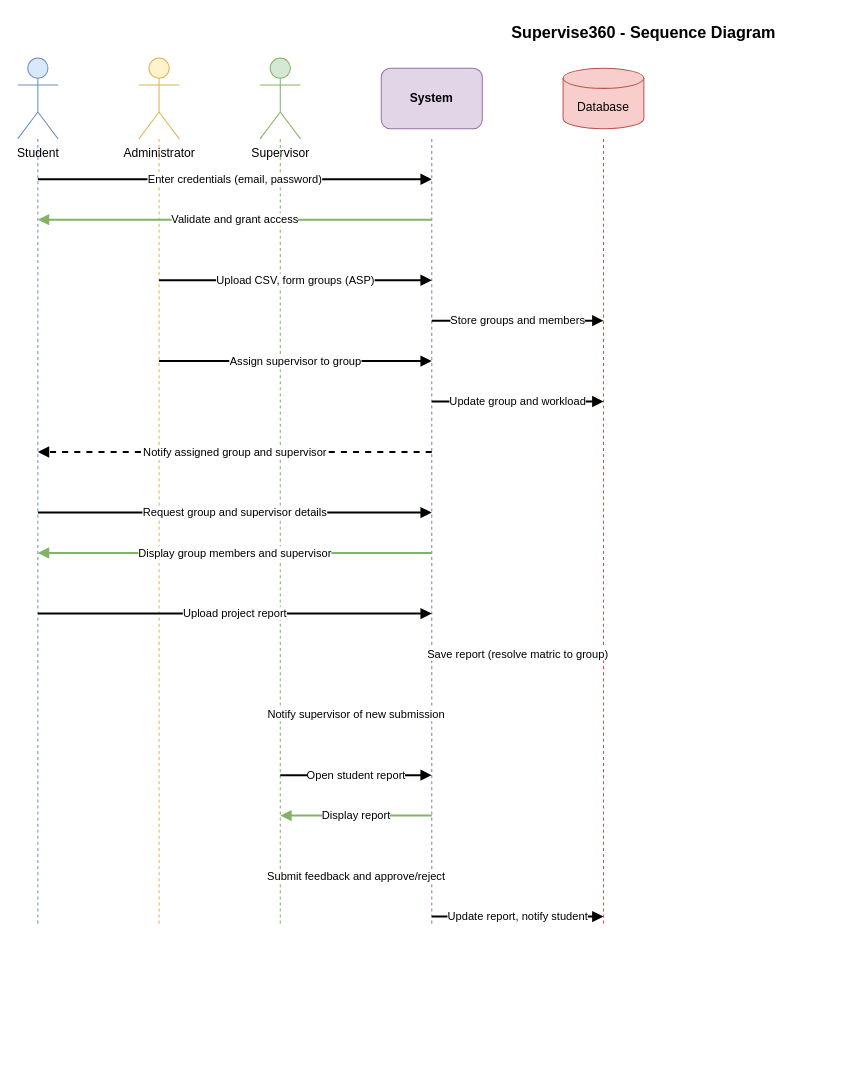
Earlier version of the draw.io diagram diagrams/03-sequence-diagram.drawio (Chidera584/supervise360). Source tidied: cells renumbered, new cells numbered last; positions are measured from the earlier drawing's top-left corner, leaving out a move shared by most shapes. Both pictures are drawn from the tidied source at 101%, with x=0, y=0 at pixel (17, 17).
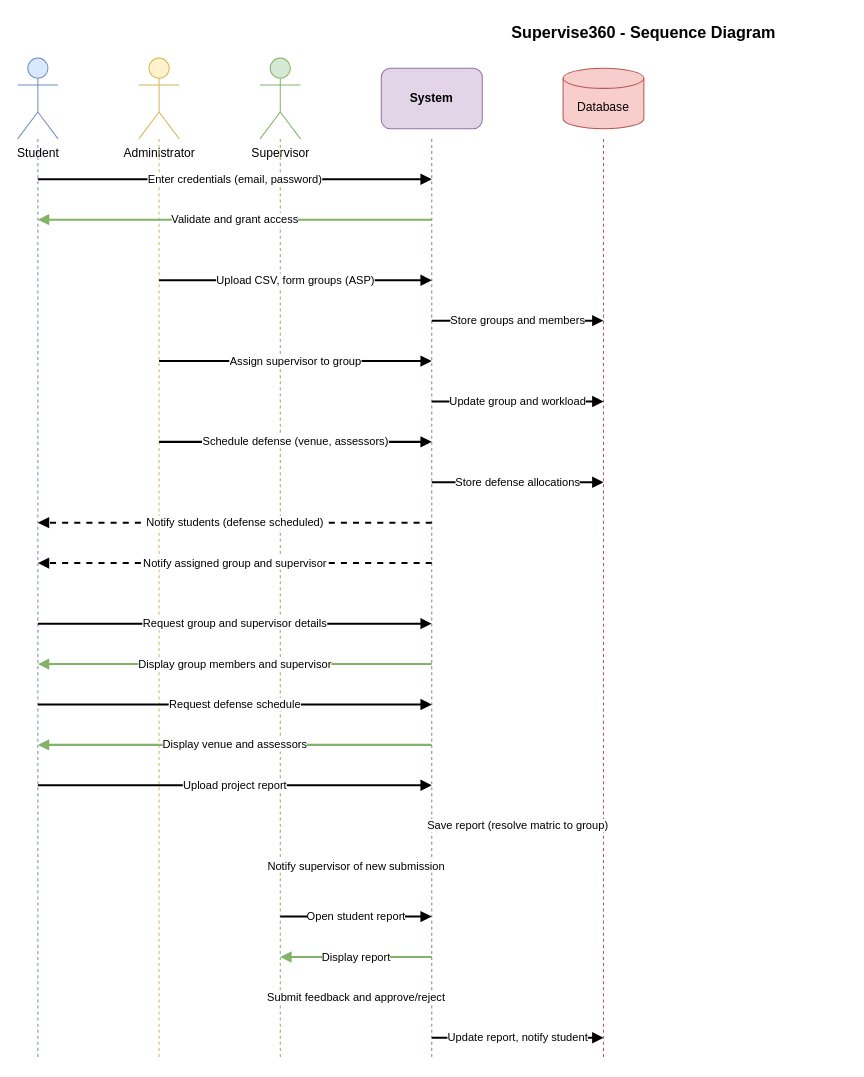
After the change.

Commit message:
Add defense scheduling flow to sequence diagram: admin schedules, student requests, system displays

Made-with: Cursor

Diff of the diagram source:
```diff
@@
     <mxCell id="7" style="endArrow=none;dashed=1;html=1;strokeWidth=1;strokeColor=#6c8ebf;" parent="1" edge="1">
       <mxGeometry relative="1" as="geometry">
         <mxPoint x="20" y="120" as="sourcePoint" />
-        <mxPoint x="20" y="900" as="targetPoint" />
+        <mxPoint x="20" y="1030" as="targetPoint" />
       </mxGeometry>
     </mxCell>
     <mxCell id="8" style="endArrow=none;dashed=1;html=1;strokeWidth=1;strokeColor=#d6b656;" parent="1" edge="1">
       <mxGeometry relative="1" as="geometry">
         <mxPoint x="140" y="120" as="sourcePoint" />
-        <mxPoint x="140" y="900" as="targetPoint" />
+        <mxPoint x="140" y="1030" as="targetPoint" />
       </mxGeometry>
     </mxCell>
     <mxCell id="9" style="endArrow=none;dashed=1;html=1;strokeWidth=1;strokeColor=#82b366;" parent="1" edge="1">
       <mxGeometry relative="1" as="geometry">
         <mxPoint x="260" y="120" as="sourcePoint" />
-        <mxPoint x="260" y="900" as="targetPoint" />
+        <mxPoint x="260" y="1030" as="targetPoint" />
       </mxGeometry>
     </mxCell>
     <mxCell id="10" style="endArrow=none;dashed=1;html=1;strokeWidth=1;strokeColor=#9673a6;" parent="1" edge="1">
       <mxGeometry relative="1" as="geometry">
         <mxPoint x="410" y="120" as="sourcePoint" />
-        <mxPoint x="410" y="900" as="targetPoint" />
+        <mxPoint x="410" y="1030" as="targetPoint" />
       </mxGeometry>
     </mxCell>
     <mxCell id="11" style="endArrow=none;dashed=1;html=1;strokeWidth=1;strokeColor=#b85450;" parent="1" edge="1">
       <mxGeometry relative="1" as="geometry">
         <mxPoint x="580" y="120" as="sourcePoint" />
-        <mxPoint x="580" y="900" as="targetPoint" />
+        <mxPoint x="580" y="1030" as="targetPoint" />
       </mxGeometry>
     </mxCell>
@@
+    <mxCell id="29" value="Schedule defense (venue, assessors)" style="endArrow=block;html=1;rounded=0;strokeWidth=2;" parent="1" edge="1">
+      <mxGeometry relative="1" as="geometry">
+        <mxPoint x="140" y="420" as="sourcePoint" />
+        <mxPoint x="410" y="420" as="targetPoint" />
+      </mxGeometry>
+    </mxCell>
+    <mxCell id="30" value="Store defense allocations" style="endArrow=block;html=1;rounded=0;strokeWidth=2;" parent="1" edge="1">
+      <mxGeometry relative="1" as="geometry">
+        <mxPoint x="410" y="460" as="sourcePoint" />
+        <mxPoint x="580" y="460" as="targetPoint" />
+      </mxGeometry>
+    </mxCell>
+    <mxCell id="31" value="Notify students (defense scheduled)" style="endArrow=block;html=1;rounded=0;strokeWidth=2;dashed=1;" parent="1" edge="1">
+      <mxGeometry relative="1" as="geometry">
+        <mxPoint x="410" y="500" as="sourcePoint" />
+        <mxPoint x="20" y="500" as="targetPoint" />
+      </mxGeometry>
+    </mxCell>
     <mxCell id="18" value="Notify assigned group and supervisor" style="endArrow=block;html=1;rounded=0;strokeWidth=2;dashed=1;" parent="1" edge="1">
       <mxGeometry relative="1" as="geometry">
-        <mxPoint x="410" y="430" as="sourcePoint" />
-        <mxPoint x="20" y="430" as="targetPoint" />
+        <mxPoint x="410" y="540" as="sourcePoint" />
+        <mxPoint x="20" y="540" as="targetPoint" />
       </mxGeometry>
     </mxCell>
     <mxCell id="19" value="Request group and supervisor details" style="endArrow=block;html=1;rounded=0;strokeWidth=2;" parent="1" edge="1">
       <mxGeometry relative="1" as="geometry">
-        <mxPoint x="20" y="490" as="sourcePoint" />
-        <mxPoint x="410" y="490" as="targetPoint" />
+        <mxPoint x="20" y="600" as="sourcePoint" />
+        <mxPoint x="410" y="600" as="targetPoint" />
       </mxGeometry>
     </mxCell>
     <mxCell id="20" value="Display group members and supervisor" style="endArrow=block;html=1;rounded=0;strokeWidth=2;strokeColor=#82b366;" parent="1" edge="1">
       <mxGeometry relative="1" as="geometry">
-        <mxPoint x="410" y="530" as="sourcePoint" />
-        <mxPoint x="20" y="530" as="targetPoint" />
+        <mxPoint x="410" y="640" as="sourcePoint" />
+        <mxPoint x="20" y="640" as="targetPoint" />
       </mxGeometry>
     </mxCell>
+    <mxCell id="32" value="Request defense schedule" style="endArrow=block;html=1;rounded=0;strokeWidth=2;" parent="1" edge="1">
+      <mxGeometry relative="1" as="geometry">
+        <mxPoint x="20" y="680" as="sourcePoint" />
+        <mxPoint x="410" y="680" as="targetPoint" />
+      </mxGeometry>
+    </mxCell>
+    <mxCell id="33" value="Display venue and assessors" style="endArrow=block;html=1;rounded=0;strokeWidth=2;strokeColor=#82b366;" parent="1" edge="1">
+      <mxGeometry relative="1" as="geometry">
+        <mxPoint x="410" y="720" as="sourcePoint" />
+        <mxPoint x="20" y="720" as="targetPoint" />
+      </mxGeometry>
+    </mxCell>
     <mxCell id="21" value="Upload project report" style="endArrow=block;html=1;rounded=0;strokeWidth=2;" parent="1" edge="1">
       <mxGeometry relative="1" as="geometry">
-        <mxPoint x="20" y="590" as="sourcePoint" />
-        <mxPoint x="410" y="590" as="targetPoint" />
+        <mxPoint x="20" y="760" as="sourcePoint" />
+        <mxPoint x="410" y="760" as="targetPoint" />
       </mxGeometry>
     </mxCell>
     <mxCell id="22" value="Save report (resolve matric to group)" style="endArrow=block;html=1;rounded=0;strokeWidth=2;" parent="1" edge="1">
       <mxGeometry relative="1" as="geometry">
-        <mxPoint x="410" y="630" as="sourcePoint" />
-        <mxPoint x="580" y="630" as="targetPoint" />
+        <mxPoint x="410" y="800" as="sourcePoint" />
+        <mxPoint x="580" y="800" as="targetPoint" />
       </mxGeometry>
     </mxCell>
     <mxCell id="23" value="Notify supervisor of new submission" style="endArrow=block;html=1;rounded=0;strokeWidth=2;dashed=1;" parent="1" edge="1">
       <mxGeometry relative="1" as="geometry">
-        <mxPoint x="410" y="690" as="sourcePoint" />
-        <mxPoint x="260" y="690" as="targetPoint" />
+        <mxPoint x="410" y="840" as="sourcePoint" />
+        <mxPoint x="260" y="840" as="targetPoint" />
       </mxGeometry>
     </mxCell>
     <mxCell id="24" value="Open student report" style="endArrow=block;html=1;rounded=0;strokeWidth=2;" parent="1" edge="1">
       <mxGeometry relative="1" as="geometry">
-        <mxPoint x="260" y="750" as="sourcePoint" />
-        <mxPoint x="410" y="750" as="targetPoint" />
+        <mxPoint x="260" y="890" as="sourcePoint" />
+        <mxPoint x="410" y="890" as="targetPoint" />
       </mxGeometry>
     </mxCell>
     <mxCell id="25" value="Display report" style="endArrow=block;html=1;rounded=0;strokeWidth=2;strokeColor=#82b366;" parent="1" edge="1">
       <mxGeometry relative="1" as="geometry">
-        <mxPoint x="410" y="790" as="sourcePoint" />
-        <mxPoint x="260" y="790" as="targetPoint" />
+        <mxPoint x="410" y="930" as="sourcePoint" />
+        <mxPoint x="260" y="930" as="targetPoint" />
       </mxGeometry>
     </mxCell>
     <mxCell id="26" value="Submit feedback and approve/reject" style="endArrow=block;html=1;rounded=0;strokeWidth=2;" parent="1" edge="1">
       <mxGeometry relative="1" as="geometry">
-        <mxPoint x="260" y="850" as="sourcePoint" />
-        <mxPoint x="410" y="850" as="targetPoint" />
+        <mxPoint x="260" y="970" as="sourcePoint" />
+        <mxPoint x="410" y="970" as="targetPoint" />
       </mxGeometry>
     </mxCell>
     <mxCell id="27" value="Update report, notify student" style="endArrow=block;html=1;rounded=0;strokeWidth=2;" parent="1" edge="1">
       <mxGeometry relative="1" as="geometry">
-        <mxPoint x="410" y="890" as="sourcePoint" />
-        <mxPoint x="580" y="890" as="targetPoint" />
+        <mxPoint x="410" y="1010" as="sourcePoint" />
+        <mxPoint x="580" y="1010" as="targetPoint" />
       </mxGeometry>
     </mxCell>
```
